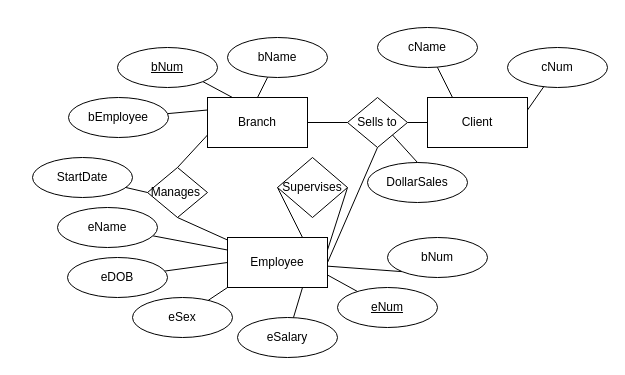
This is SENG 321/IncompleteCompanyERD.drawio from amirabdullahi1/gold, a draw.io file, before an edit. Source tidied: cells renumbered, new cells numbered last; positions are measured from the earlier drawing's top-left corner, leaving out a move shared by most shapes. Both pictures are drawn from the tidied source at 100%, with x=0, y=0 at pixel (32, 27).
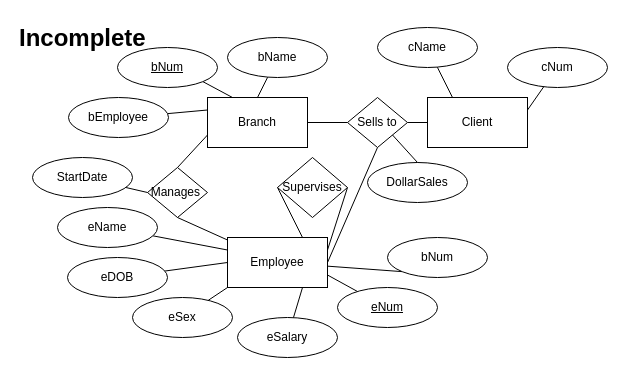
After the change.

The edit, as a diff of the source:
```diff
@@
+    <mxCell id="41" value="&lt;h1 style=&quot;margin-top: 0px;&quot;&gt;Incomplete&lt;/h1&gt;" style="text;html=1;whiteSpace=wrap;overflow=hidden;rounded=0;" parent="1" vertex="1">
+      <mxGeometry x="-15" y="-10" width="180" height="120" as="geometry" />
+    </mxCell>
```
